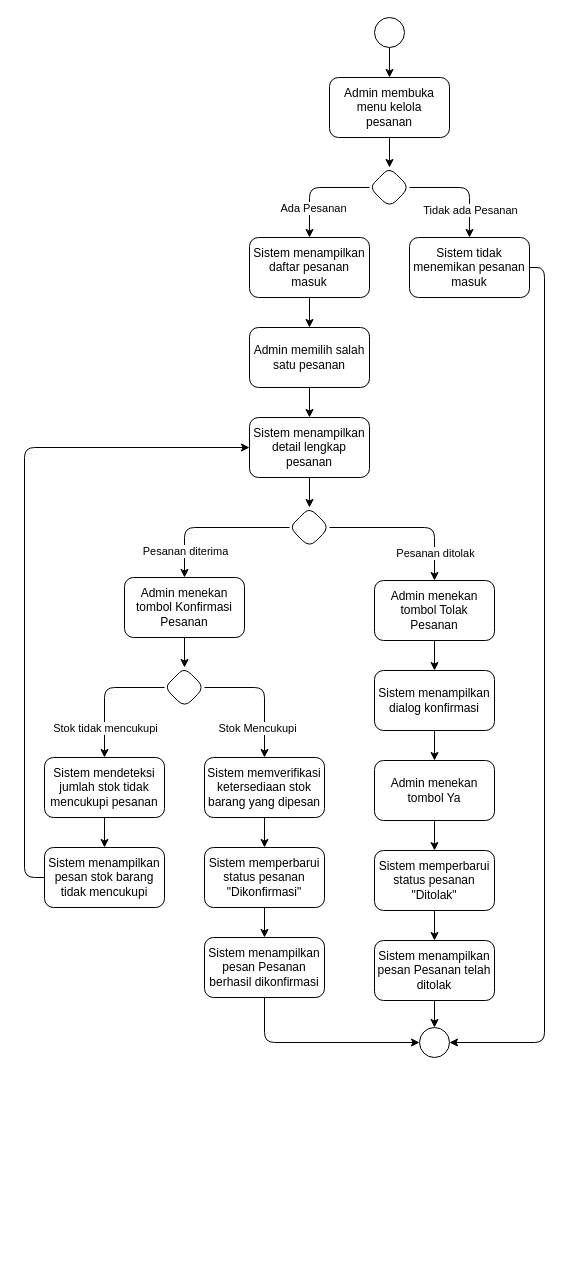
Before: page "Page-1" (1 of 2) of Diagrams/DrawIO/Activity_Kelola-Pesanan.drawio in Alfiq123/Web_Development, a draw.io diagram. Source tidied: cells renumbered, new cells numbered last; positions are measured from the earlier drawing's top-left corner, leaving out a move shared by most shapes. Both pictures are drawn from the tidied source at 100%, with x=0, y=0 at pixel (24, 17).
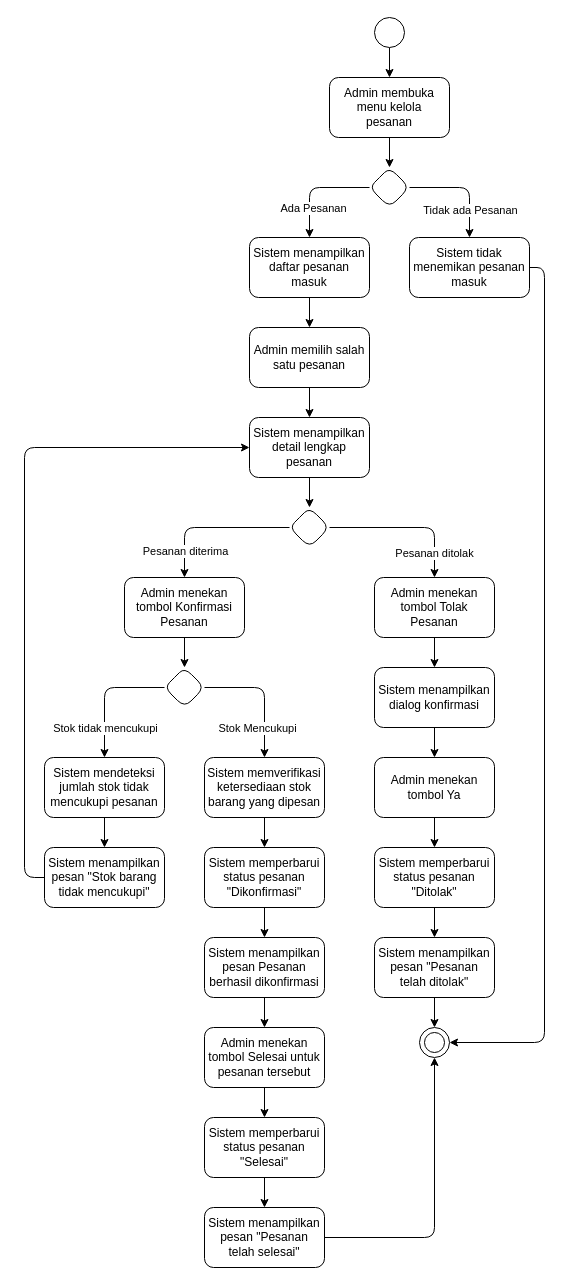
After the change.

Unchanged cells that the change refers to:
```xml
<mxCell id="26" value="Sistem menampilkan pesan Pesanan berhasil dikonfirmasi" style="whiteSpace=wrap;html=1;rounded=1;spacingTop=2;spacingLeft=2;spacingBottom=2;spacingRight=2;" parent="1" vertex="1">
  <mxGeometry x="180" y="920" width="120" height="60" as="geometry" />
</mxCell>
<mxCell id="51" style="ellipse;whiteSpace=wrap;html=1;" parent="1" vertex="1">
  <mxGeometry x="395" y="1010" width="30" height="30" as="geometry" />
</mxCell>
```

The edit, as a diff of the source:
```diff
@@
-    <mxCell id="25" style="edgeStyle=none;html=1;entryX=0;entryY=0.5;entryDx=0;entryDy=0;" parent="1" edge="1" source="26" target="51">
-      <mxGeometry relative="1" as="geometry">
-        <Array as="points">
-          <mxPoint x="240" y="1025" />
-        </Array>
-      </mxGeometry>
-    </mxCell>
+    <mxCell id="52" style="edgeStyle=none;html=1;entryX=0.5;entryY=0;entryDx=0;entryDy=0;" parent="1" edge="1" source="26" target="54">
+      <mxGeometry relative="1" as="geometry" />
+    </mxCell>
@@
-    <mxCell id="34" value="Sistem menampilkan pesan stok barang tidak mencukupi" style="whiteSpace=wrap;html=1;rounded=1;spacingTop=2;spacingLeft=2;spacingBottom=2;spacingRight=2;" parent="1" vertex="1">
+    <mxCell id="34" value="Sistem menampilkan pesan &quot;Stok barang tidak mencukupi&quot;" style="whiteSpace=wrap;html=1;rounded=1;spacingTop=2;spacingLeft=2;spacingBottom=2;spacingRight=2;" parent="1" vertex="1">
       <mxGeometry x="20" y="830" width="120" height="60" as="geometry" />
     </mxCell>
@@
     <mxCell id="40" value="Admin menekan tombol Tolak Pesanan" style="whiteSpace=wrap;html=1;rounded=1;spacingTop=2;spacingLeft=2;spacingBottom=2;spacingRight=2;" parent="1" vertex="1">
-      <mxGeometry x="350" y="563" width="120" height="60" as="geometry" />
+      <mxGeometry x="350" y="560" width="120" height="60" as="geometry" />
     </mxCell>
@@
     <mxCell id="44" value="Sistem menampilkan dialog konfirmasi" style="whiteSpace=wrap;html=1;rounded=1;spacingTop=2;spacingLeft=2;spacingBottom=2;spacingRight=2;" parent="1" vertex="1">
-      <mxGeometry x="350" y="653" width="120" height="60" as="geometry" />
+      <mxGeometry x="350" y="650" width="120" height="60" as="geometry" />
     </mxCell>
@@
     <mxCell id="46" value="Admin menekan tombol Ya" style="whiteSpace=wrap;html=1;rounded=1;spacingTop=2;spacingLeft=2;spacingBottom=2;spacingRight=2;" parent="1" vertex="1">
-      <mxGeometry x="350" y="743" width="120" height="60" as="geometry" />
+      <mxGeometry x="350" y="740" width="120" height="60" as="geometry" />
     </mxCell>
@@
     <mxCell id="48" value="Sistem memperbarui status pesanan&lt;div&gt;&lt;font style=&quot;color: rgb(0, 0, 0);&quot;&gt;&quot;Ditolak&quot;&lt;/font&gt;&lt;/div&gt;" style="whiteSpace=wrap;html=1;rounded=1;spacingTop=2;spacingLeft=2;spacingBottom=2;spacingRight=2;" parent="1" vertex="1">
-      <mxGeometry x="350" y="833" width="120" height="60" as="geometry" />
+      <mxGeometry x="350" y="830" width="120" height="60" as="geometry" />
     </mxCell>
@@
-    <mxCell id="50" value="Sistem menampilkan pesan Pesanan telah ditolak" style="whiteSpace=wrap;html=1;rounded=1;spacingTop=2;spacingLeft=2;spacingBottom=2;spacingRight=2;" parent="1" vertex="1">
-      <mxGeometry x="350" y="923" width="120" height="60" as="geometry" />
+    <mxCell id="50" value="Sistem menampilkan pesan &quot;Pesanan telah ditolak&quot;" style="whiteSpace=wrap;html=1;rounded=1;spacingTop=2;spacingLeft=2;spacingBottom=2;spacingRight=2;" parent="1" vertex="1">
+      <mxGeometry x="350" y="920" width="120" height="60" as="geometry" />
     </mxCell>
@@
+    <mxCell id="53" style="edgeStyle=none;html=1;entryX=0.5;entryY=0;entryDx=0;entryDy=0;" parent="1" edge="1" source="54" target="56">
+      <mxGeometry relative="1" as="geometry" />
+    </mxCell>
+    <mxCell id="54" value="Admin menekan tombol Selesai untuk pesanan tersebut" style="whiteSpace=wrap;html=1;rounded=1;spacingTop=2;spacingLeft=2;spacingBottom=2;spacingRight=2;" parent="1" vertex="1">
+      <mxGeometry x="180" y="1010" width="120" height="60" as="geometry" />
+    </mxCell>
+    <mxCell id="55" style="edgeStyle=none;html=1;entryX=0.5;entryY=0;entryDx=0;entryDy=0;" parent="1" edge="1" source="56" target="58">
+      <mxGeometry relative="1" as="geometry" />
+    </mxCell>
+    <mxCell id="56" value="&lt;font style=&quot;color: rgb(0, 0, 0);&quot;&gt;Sistem memperbarui status pesanan&lt;/font&gt;&lt;div&gt;&lt;font style=&quot;color: rgb(0, 0, 0);&quot;&gt;&quot;Selesai&quot;&lt;/font&gt;&lt;/div&gt;" style="whiteSpace=wrap;html=1;rounded=1;spacingTop=2;spacingLeft=2;spacingBottom=2;spacingRight=2;" parent="1" vertex="1">
+      <mxGeometry x="180" y="1100" width="120" height="60" as="geometry" />
+    </mxCell>
+    <mxCell id="57" style="edgeStyle=none;html=1;entryX=0.5;entryY=1;entryDx=0;entryDy=0;" parent="1" edge="1" source="58" target="51">
+      <mxGeometry relative="1" as="geometry">
+        <Array as="points">
+          <mxPoint x="410" y="1220" />
+        </Array>
+      </mxGeometry>
+    </mxCell>
+    <mxCell id="58" value="Sistem menampilkan pesan &quot;Pesanan telah selesai&quot;" style="whiteSpace=wrap;html=1;rounded=1;spacingTop=2;spacingLeft=2;spacingBottom=2;spacingRight=2;" parent="1" vertex="1">
+      <mxGeometry x="180" y="1190" width="120" height="60" as="geometry" />
+    </mxCell>
+    <mxCell id="59" style="ellipse;whiteSpace=wrap;html=1;" parent="1" vertex="1">
+      <mxGeometry x="400" y="1015" width="20" height="20" as="geometry" />
+    </mxCell>
```
